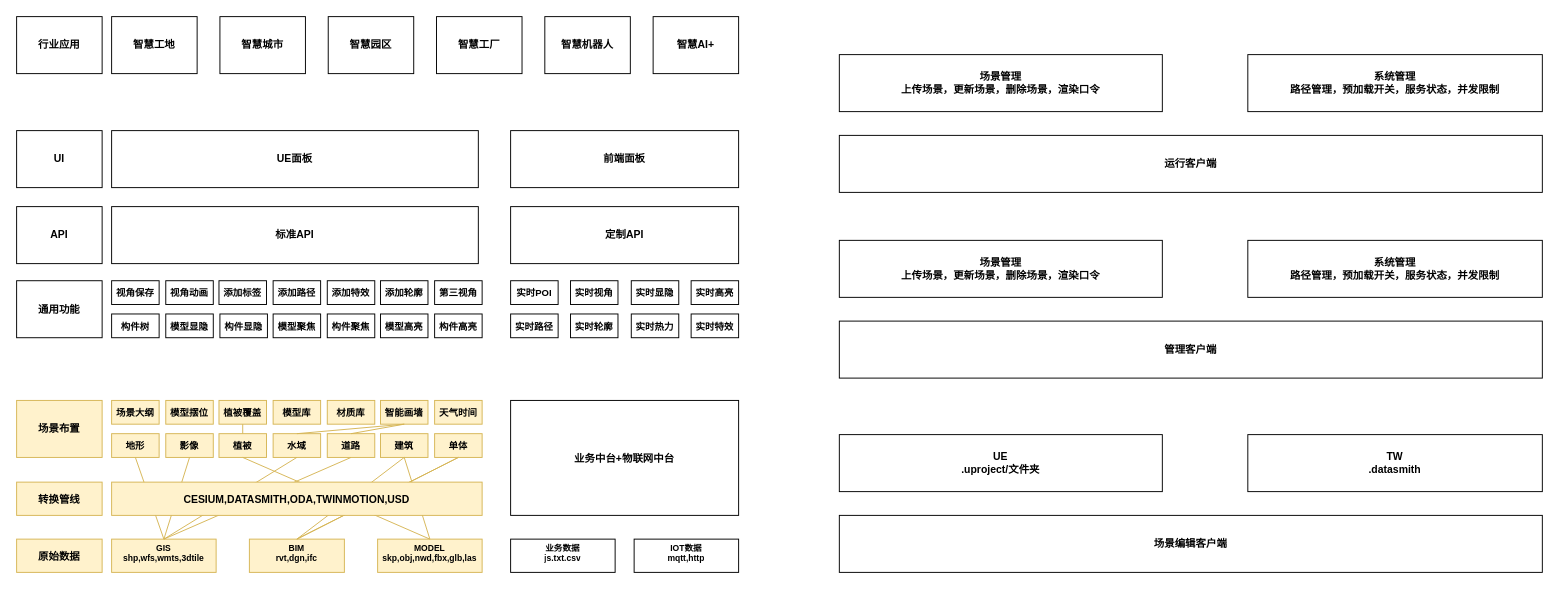
This is 未命名绘图.drawio from Elden-Niu/personal, a draw.io file, before an edit. Source tidied: cells renumbered, new cells numbered last; positions are measured from the earlier drawing's top-left corner, leaving out a move shared by most shapes. Both pictures are drawn from the tidied source at 95%, with x=0, y=0 at pixel (16, 16).
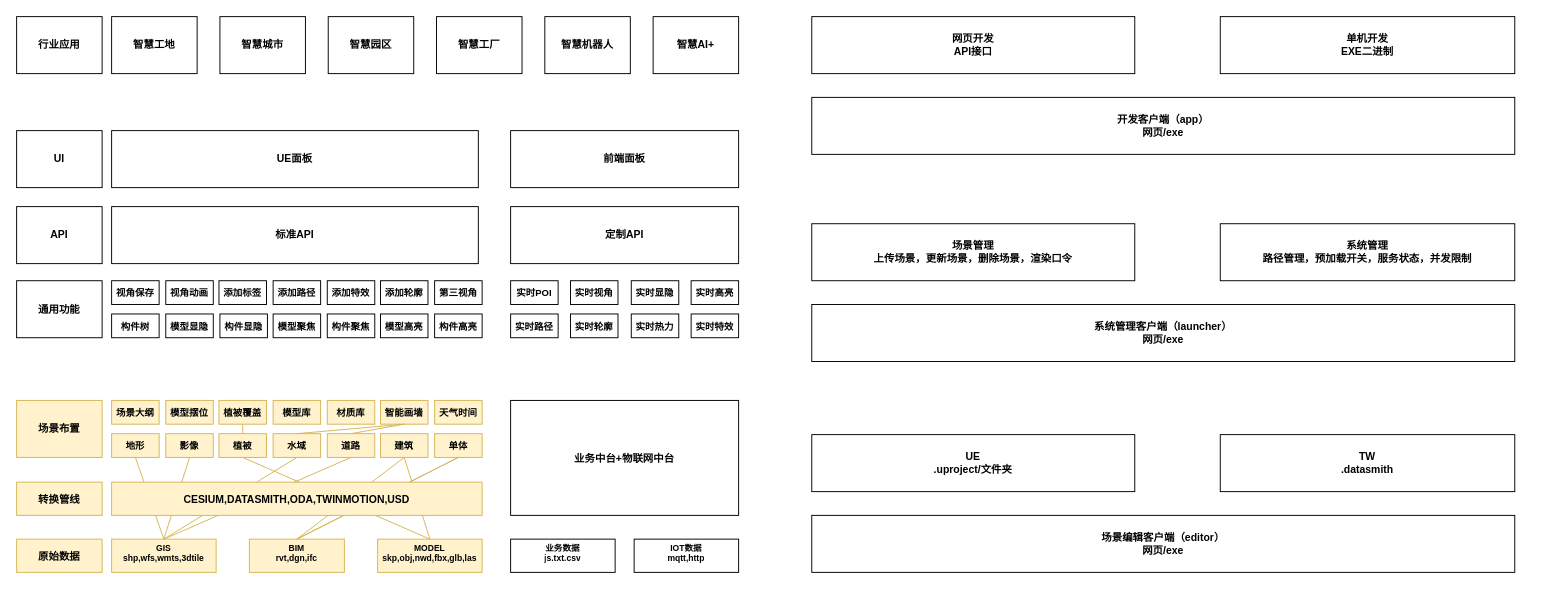
After the change.

Change to the diagram source:
```diff
@@
-    <mxCell id="74" value="管理客户端" style="rounded=0;whiteSpace=wrap;fontSize=11;fontStyle=1;" parent="1" vertex="1">
-      <mxGeometry x="866" y="320.5" width="740" height="60" as="geometry" />
+    <mxCell id="74" value="系统管理客户端（launcher）&#10;网页/exe" style="rounded=0;whiteSpace=wrap;fontSize=11;fontStyle=1;" parent="1" vertex="1">
+      <mxGeometry x="837" y="303" width="740" height="60" as="geometry" />
     </mxCell>
     <mxCell id="75" value="UE&#10;.uproject/文件夹" style="rounded=0;whiteSpace=wrap;fontSize=11;fontStyle=1;" parent="1" vertex="1">
-      <mxGeometry x="866" y="440" width="340" height="60" as="geometry" />
+      <mxGeometry x="837" y="440" width="340" height="60" as="geometry" />
     </mxCell>
     <mxCell id="76" value="TW&#10;.datasmith" style="rounded=0;whiteSpace=wrap;fontSize=11;fontStyle=1;" parent="1" vertex="1">
-      <mxGeometry x="1296" y="440" width="310" height="60" as="geometry" />
+      <mxGeometry x="1267" y="440" width="310" height="60" as="geometry" />
     </mxCell>
-    <mxCell id="77" value="场景编辑客户端" style="rounded=0;whiteSpace=wrap;fontSize=11;fontStyle=1;" parent="1" vertex="1">
-      <mxGeometry x="866" y="525" width="740" height="60" as="geometry" />
+    <mxCell id="77" value="场景编辑客户端（editor）&#10;网页/exe" style="rounded=0;whiteSpace=wrap;fontSize=11;fontStyle=1;" parent="1" vertex="1">
+      <mxGeometry x="837" y="525" width="740" height="60" as="geometry" />
     </mxCell>
     <mxCell id="78" value="系统管理&#10;路径管理，预加载开关，服务状态，并发限制" style="rounded=0;whiteSpace=wrap;fontSize=11;fontStyle=1;" parent="1" vertex="1">
-      <mxGeometry x="1296" y="235.5" width="310" height="60" as="geometry" />
+      <mxGeometry x="1267" y="218" width="310" height="60" as="geometry" />
     </mxCell>
     <mxCell id="79" value="场景管理&#10;上传场景，更新场景，删除场景，渲染口令" style="rounded=0;whiteSpace=wrap;fontSize=11;fontStyle=1;" parent="1" vertex="1">
-      <mxGeometry x="866" y="235.5" width="340" height="60" as="geometry" />
+      <mxGeometry x="837" y="218" width="340" height="60" as="geometry" />
     </mxCell>
-    <mxCell id="80" value="运行客户端" style="rounded=0;whiteSpace=wrap;fontSize=11;fontStyle=1;" parent="1" vertex="1">
-      <mxGeometry x="866" y="125" width="740" height="60" as="geometry" />
+    <mxCell id="80" value="开发客户端（app）&#10;网页/exe" style="rounded=0;whiteSpace=wrap;fontSize=11;fontStyle=1;" parent="1" vertex="1">
+      <mxGeometry x="837" y="85" width="740" height="60" as="geometry" />
     </mxCell>
-    <mxCell id="81" value="系统管理&#10;路径管理，预加载开关，服务状态，并发限制" style="rounded=0;whiteSpace=wrap;fontSize=11;fontStyle=1;" parent="1" vertex="1">
-      <mxGeometry x="1296" y="40" width="310" height="60" as="geometry" />
+    <mxCell id="81" value="单机开发&#10;EXE二进制" style="rounded=0;whiteSpace=wrap;fontSize=11;fontStyle=1;" parent="1" vertex="1">
+      <mxGeometry x="1267" width="310" height="60" as="geometry" />
     </mxCell>
-    <mxCell id="82" value="场景管理&#10;上传场景，更新场景，删除场景，渲染口令" style="rounded=0;whiteSpace=wrap;fontSize=11;fontStyle=1;" parent="1" vertex="1">
-      <mxGeometry x="866" y="40" width="340" height="60" as="geometry" />
+    <mxCell id="82" value="网页开发&#10;API接口" style="rounded=0;whiteSpace=wrap;fontSize=11;fontStyle=1;" parent="1" vertex="1">
+      <mxGeometry x="837" width="340" height="60" as="geometry" />
     </mxCell>
```
